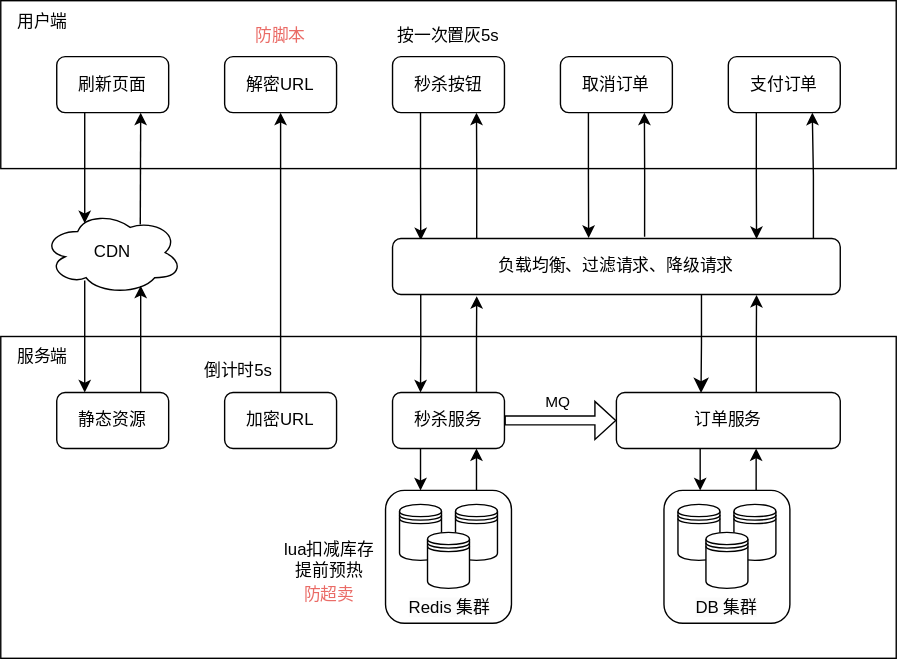
The draw.io diagram 秒杀系统设计.drawio.svg in BacklitCat/Architecture, before a commit. Source tidied: cells renumbered, new cells last; positions are measured from the earlier drawing's top-left corner, leaving out a move shared by most shapes.
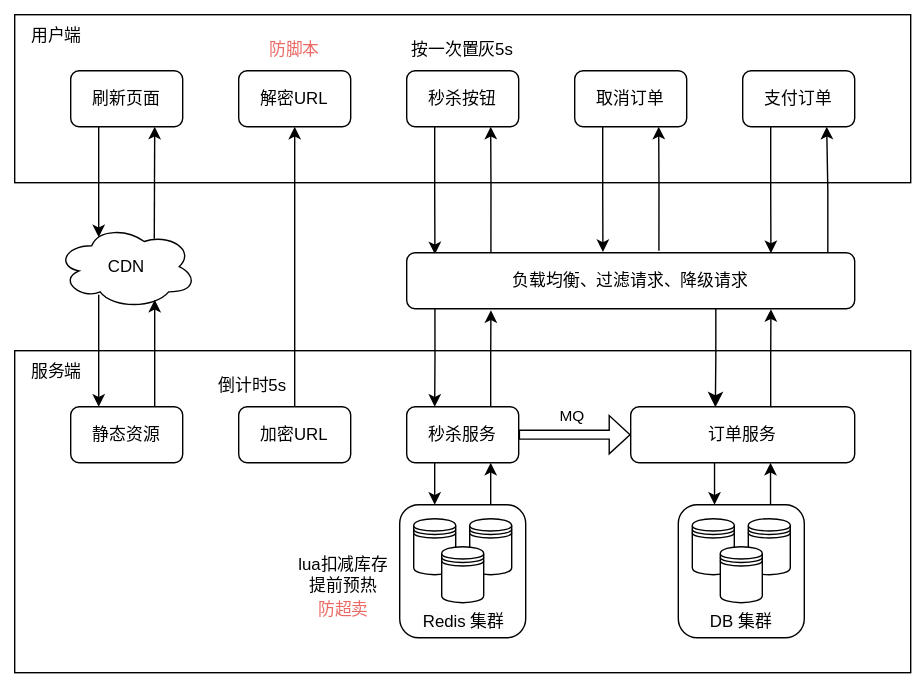
After the change.

Commit message:
更新秒杀系统设计.drawio.svg

Diff of the diagram source:
```diff
@@ -2,6 +2,9 @@
   <root>
     <mxCell id="0" />
     <mxCell id="1" parent="0" />
+    <mxCell id="57" style="rounded=0;whiteSpace=wrap;html=1;fillColor=default;strokeColor=none;glass=0;shadow=0;" parent="1" vertex="1">
+      <mxGeometry x="-10" y="-10" width="660" height="490" as="geometry" />
+    </mxCell>
     <mxCell id="2" style="rounded=0;whiteSpace=wrap;html=1;fillColor=none;" parent="1" vertex="1">
       <mxGeometry y="240" width="640" height="230" as="geometry" />
     </mxCell>
```
